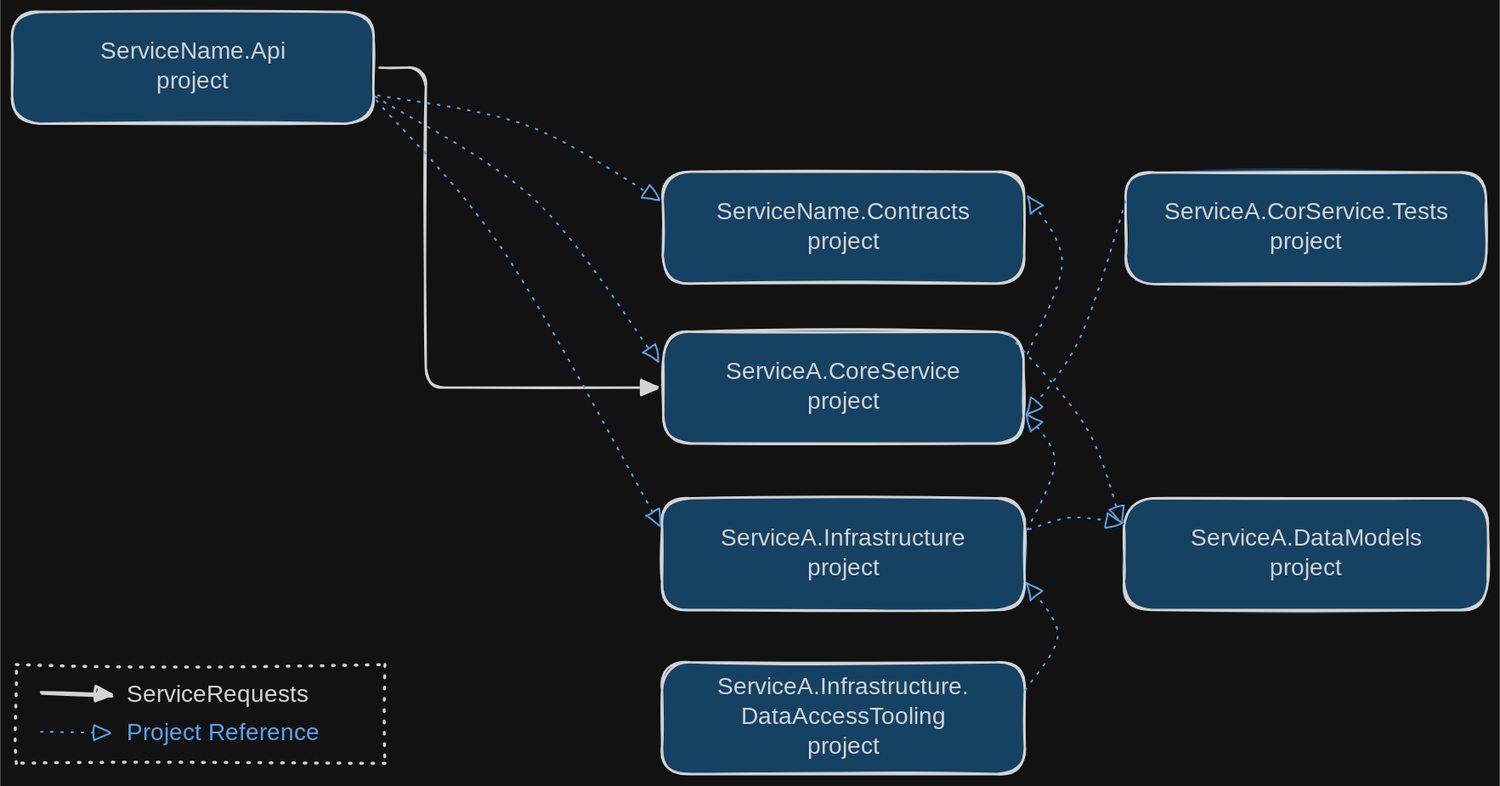
The Excalidraw diagram resources/schemas/CatServiceProjectStructure.excalidraw.svg in gmarginet/CleanArchitectureToolkit, before a commit. Source tidied: one line per element, renumbered; positions are measured from the earlier drawing's top-left corner, leaving out a move shared by most shapes.
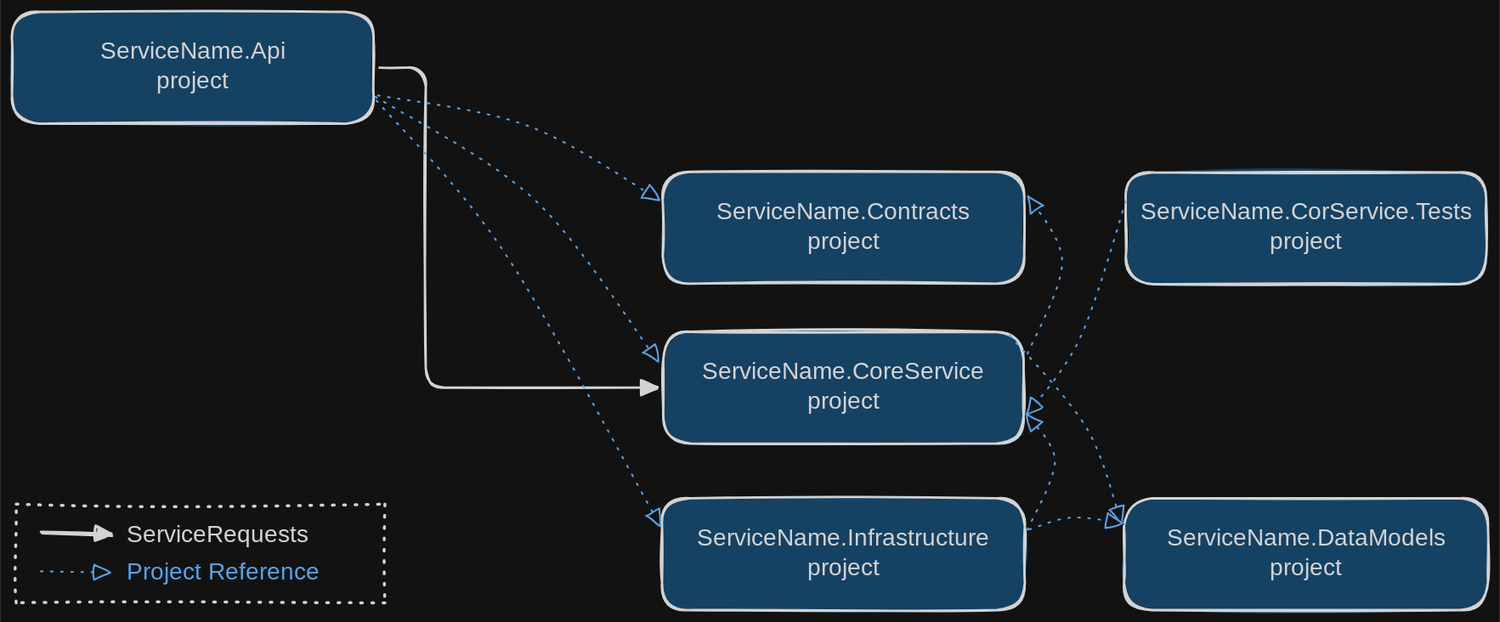
The same file after the commit.

Commit message:
Update the architecture and service project structure drawings (skip-pub)

Change to the diagram source:
```diff
@@ -1,23 +1,21 @@
 {"id": 0, "type": "rectangle", "strokeColor": "#1e1e1e", "backgroundColor": "#a5d8ff", "fillStyle": "solid", "strokeWidth": 2, "roughness": 1, "round": true, "x": 0, "y": 0, "width": 304, "height": 94}
 {"id": 1, "type": "text", "text": "ServiceName.Api\nproject", "strokeColor": "#1e1e1e", "strokeWidth": 2, "roughness": 1, "fontSize": 20, "fontFamily": 5, "textAlign": "center", "verticalAlign": "middle", "inside": 0, "x": 77, "y": 22, "width": 150, "height": 50}
 {"id": 2, "type": "rectangle", "strokeColor": "#1e1e1e", "backgroundColor": "#a5d8ff", "fillStyle": "solid", "strokeWidth": 2, "roughness": 1, "round": true, "x": 548, "y": 269, "width": 303, "height": 94}
-{"id": 3, "type": "text", "text": "ServiceA.CoreService\nproject", "strokeColor": "#1e1e1e", "strokeWidth": 2, "roughness": 1, "fontSize": 20, "fontFamily": 5, "textAlign": "center", "verticalAlign": "middle", "inside": 2, "x": 600, "y": 291, "width": 197, "height": 50}
+{"id": 3, "type": "text", "text": "ServiceName.CoreService\nproject", "strokeColor": "#1e1e1e", "strokeWidth": 2, "roughness": 1, "fontSize": 20, "fontFamily": 5, "textAlign": "center", "verticalAlign": "middle", "inside": 2, "x": 583, "y": 291, "width": 232, "height": 50}
 {"id": 4, "type": "arrow", "strokeColor": "#1e1e1e", "strokeWidth": 2, "roughness": 1, "endArrowhead": "triangle", "from": 0, "to": 2, "x": 309, "y": 47, "width": 234, "height": 269, "points": [[0, 0], [39, 0], [39, 269], [234, 269]]}
 {"id": 5, "type": "rectangle", "strokeColor": "#1e1e1e", "backgroundColor": "#a5d8ff", "fillStyle": "solid", "strokeWidth": 2, "roughness": 1, "round": true, "x": 547, "y": 134, "width": 304, "height": 94}
 {"id": 6, "type": "text", "text": "ServiceName.Contracts\nproject", "strokeColor": "#1e1e1e", "strokeWidth": 2, "roughness": 1, "fontSize": 20, "fontFamily": 5, "textAlign": "center", "verticalAlign": "middle", "inside": 5, "x": 590, "y": 156, "width": 218, "height": 50}
 {"id": 7, "type": "rectangle", "strokeColor": "#1e1e1e", "backgroundColor": "#a5d8ff", "fillStyle": "solid", "strokeWidth": 2, "roughness": 1, "round": true, "x": 546, "y": 409, "width": 305, "height": 94}
-{"id": 8, "type": "text", "text": "ServiceA.Infrastructure\nproject", "strokeColor": "#1e1e1e", "strokeWidth": 2, "roughness": 1, "fontSize": 20, "fontFamily": 5, "textAlign": "center", "verticalAlign": "middle", "inside": 7, "x": 585, "y": 431, "width": 229, "height": 50}
+{"id": 8, "type": "text", "text": "ServiceName.Infrastructure\nproject", "strokeColor": "#1e1e1e", "strokeWidth": 2, "roughness": 1, "fontSize": 20, "fontFamily": 5, "textAlign": "center", "verticalAlign": "middle", "inside": 7, "x": 568, "y": 431, "width": 263, "height": 50}
 {"id": 9, "type": "rectangle", "strokeColor": "#1e1e1e", "backgroundColor": "#a5d8ff", "fillStyle": "solid", "strokeWidth": 2, "roughness": 1, "round": true, "x": 935, "y": 409, "width": 306, "height": 94}
-{"id": 10, "type": "text", "text": "ServiceA.DataModels\nproject", "strokeColor": "#1e1e1e", "strokeWidth": 2, "roughness": 1, "fontSize": 20, "fontFamily": 5, "textAlign": "center", "verticalAlign": "middle", "inside": 9, "x": 987, "y": 431, "width": 202, "height": 50}
+{"id": 10, "type": "text", "text": "ServiceName.DataModels\nproject", "strokeColor": "#1e1e1e", "strokeWidth": 2, "roughness": 1, "fontSize": 20, "fontFamily": 5, "textAlign": "center", "verticalAlign": "middle", "inside": 9, "x": 970, "y": 431, "width": 236, "height": 50}
-{"id": 11, "type": "rectangle", "strokeColor": "#1e1e1e", "backgroundColor": "#a5d8ff", "fillStyle": "solid", "strokeWidth": 2, "roughness": 1, "round": true, "x": 546, "y": 547, "width": 305, "height": 94}
-{"id": 12, "type": "text", "text": "ServiceA.Infrastructure.\nDataAccessTooling\nproject", "strokeColor": "#1e1e1e", "strokeWidth": 2, "roughness": 1, "fontSize": 20, "fontFamily": 5, "textAlign": "center", "verticalAlign": "middle", "inside": 11, "x": 582, "y": 556, "width": 234, "height": 75}
 {"id": 13, "type": "rectangle", "strokeColor": "#1e1e1e", "backgroundColor": "#a5d8ff", "fillStyle": "solid", "strokeWidth": 2, "roughness": 1, "round": true, "x": 936, "y": 135, "width": 303, "height": 94}
-{"id": 14, "type": "text", "text": "ServiceA.CorService.Tests\nproject", "strokeColor": "#1e1e1e", "strokeWidth": 2, "roughness": 1, "fontSize": 20, "fontFamily": 5, "textAlign": "center", "verticalAlign": "middle", "inside": 13, "x": 962, "y": 157, "width": 251, "height": 50}
+{"id": 14, "type": "text", "text": "ServiceName.CorService.Tests\nproject", "strokeColor": "#1e1e1e", "strokeWidth": 2, "roughness": 1, "fontSize": 20, "fontFamily": 5, "textAlign": "center", "verticalAlign": "middle", "inside": 13, "x": 945, "y": 157, "width": 285, "height": 50}
-{"id": 15, "type": "arrow", "strokeColor": "#1971c2", "strokeWidth": 1, "strokeStyle": "dotted", "roughness": 1, "endArrowhead": "triangle_outline", "round": true, "x": 25, "y": 605, "width": 57, "height": 1, "points": [[0, 0], [57, 1]]}
+{"id": 15, "type": "arrow", "strokeColor": "#1971c2", "strokeWidth": 1, "strokeStyle": "dotted", "roughness": 1, "endArrowhead": "triangle_outline", "round": true, "x": 25, "y": 470, "width": 57, "height": 1, "points": [[0, 0], [57, 1]]}
-{"id": 16, "type": "text", "text": "Project Reference", "strokeColor": "#1971c2", "strokeWidth": 2, "strokeStyle": "dotted", "roughness": 1, "fontSize": 20, "fontFamily": 5, "x": 96, "y": 595, "width": 176, "height": 25}
+{"id": 16, "type": "text", "text": "Project Reference", "strokeColor": "#1971c2", "strokeWidth": 2, "strokeStyle": "dotted", "roughness": 1, "fontSize": 20, "fontFamily": 5, "x": 96, "y": 460, "width": 176, "height": 25}
-{"id": 17, "type": "arrow", "strokeColor": "#1e1e1e", "strokeWidth": 2, "roughness": 1, "endArrowhead": "triangle", "round": true, "x": 24, "y": 574, "width": 59, "height": 1, "points": [[0, 0], [59, 1]]}
+{"id": 17, "type": "arrow", "strokeColor": "#1e1e1e", "strokeWidth": 2, "roughness": 1, "endArrowhead": "triangle", "round": true, "x": 24, "y": 439, "width": 59, "height": 1, "points": [[0, 0], [59, 1]]}
-{"id": 18, "type": "text", "text": "ServiceRequests", "strokeColor": "#1e1e1e", "strokeWidth": 2, "roughness": 1, "fontSize": 20, "fontFamily": 5, "x": 96, "y": 563, "width": 158, "height": 25}
+{"id": 18, "type": "text", "text": "ServiceRequests", "strokeColor": "#1e1e1e", "strokeWidth": 2, "roughness": 1, "fontSize": 20, "fontFamily": 5, "x": 96, "y": 428, "width": 158, "height": 25}
-{"id": 19, "type": "rectangle", "strokeColor": "#1e1e1e", "strokeWidth": 2, "strokeStyle": "dotted", "roughness": 1, "x": 4, "y": 549, "width": 310, "height": 83}
+{"id": 19, "type": "rectangle", "strokeColor": "#1e1e1e", "strokeWidth": 2, "strokeStyle": "dotted", "roughness": 1, "x": 4, "y": 414, "width": 310, "height": 83}
 {"id": 20, "type": "arrow", "strokeColor": "#1971c2", "strokeWidth": 1, "strokeStyle": "dotted", "roughness": 1, "endArrowhead": "triangle_outline", "round": true, "from": 0, "to": 5, "x": 308, "y": 71, "width": 237, "height": 88, "points": [[0, 0], [125, 24], [237, 88]]}
 {"id": 21, "type": "arrow", "strokeColor": "#1971c2", "strokeWidth": 1, "strokeStyle": "dotted", "roughness": 1, "endArrowhead": "triangle_outline", "round": true, "from": 0, "to": 2, "x": 306, "y": 71, "width": 238, "height": 222, "points": [[0, 0], [134, 86], [238, 222]]}
 {"id": 22, "type": "arrow", "strokeColor": "#1971c2", "strokeWidth": 1, "strokeStyle": "dotted", "roughness": 1, "endArrowhead": "triangle_outline", "round": true, "from": 0, "to": 7, "x": 305, "y": 74, "width": 240, "height": 359, "points": [[0, 0], [107, 127], [240, 359]]}
@@ -26,4 +24,3 @@
 {"id": 25, "type": "arrow", "strokeColor": "#1971c2", "strokeWidth": 1, "strokeStyle": "dotted", "roughness": 1, "endArrowhead": "triangle_outline", "round": true, "from": 7, "to": 2, "x": 855, "y": 435, "width": 25, "height": 98, "points": [[0, 0], [22, -57], [-3, -98]]}
 {"id": 26, "type": "arrow", "strokeColor": "#1971c2", "strokeWidth": 1, "strokeStyle": "dotted", "roughness": 1, "endArrowhead": "triangle_outline", "round": true, "from": 2, "to": 9, "x": 838, "y": 273, "width": 95, "height": 156, "points": [[0, 0], [65, 76], [95, 156]]}
 {"id": 27, "type": "arrow", "strokeColor": "#1971c2", "strokeWidth": 1, "strokeStyle": "dotted", "roughness": 1, "endArrowhead": "triangle_outline", "round": true, "from": 7, "to": 9, "x": 854, "y": 435, "width": 79, "height": 10, "points": [[0, 0], [35, -10], [79, -5]]}
-{"id": 28, "type": "arrow", "strokeColor": "#1971c2", "strokeWidth": 1, "strokeStyle": "dotted", "roughness": 1, "endArrowhead": "triangle_outline", "round": true, "from": 11, "to": 7, "x": 852, "y": 571, "width": 27, "height": 92, "points": [[0, 0], [27, -48], [1, -92]]}
```
